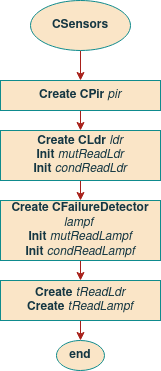
This is report/images/09sw_specification/LS/csensors/constructor.png from ESRGgroup9/slipad, a draw.io export, as it was before one commit. Source tidied: cells renumbered, new cells last; positions are measured from the earlier drawing's top-left corner, leaving out a move shared by most shapes.
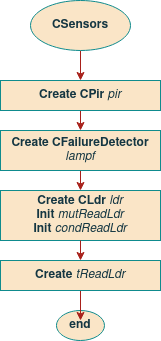
Later version of the same file.

The edit, as a diff of the source:
```diff
@@ -2,40 +2,42 @@
   <root>
     <mxCell id="0" />
     <mxCell id="1" parent="0" />
-    <mxCell id="2" style="edgeStyle=orthogonalEdgeStyle;curved=0;rounded=1;sketch=0;jettySize=auto;html=1;exitX=0.5;exitY=1;exitDx=0;exitDy=0;fontSize=10;fontColor=#143642;strokeColor=#A8201A;fillColor=#FAE5C7;entryX=0.5;entryY=0;entryDx=0;entryDy=0;" parent="1" edge="1" source="3" target="5">
-      <mxGeometry relative="1" as="geometry" />
-    </mxCell>
     <mxCell id="3" value="&lt;div&gt;&lt;b&gt;Create CLdr &lt;/b&gt;&lt;i&gt;ldr&lt;/i&gt;&lt;br&gt;&lt;b&gt;&lt;/b&gt;&lt;/div&gt;&lt;div&gt;&lt;b&gt;Init &lt;/b&gt;&lt;i&gt;mutReadLdr&lt;/i&gt;&lt;b&gt;&lt;br&gt;&lt;/b&gt;&lt;/div&gt;&lt;div&gt;&lt;b&gt;Init&lt;/b&gt;  &lt;i&gt;condReadLdr&lt;/i&gt;&lt;/div&gt;" style="rounded=0;whiteSpace=wrap;html=1;sketch=0;fontColor=#143642;strokeColor=#0F8B8D;fillColor=#FAE5C7;fontFamily=Helvetica;align=center;" parent="1" vertex="1">
-      <mxGeometry y="130" width="160" height="50" as="geometry" />
+      <mxGeometry y="190" width="160" height="50" as="geometry" />
     </mxCell>
-    <mxCell id="4" style="edgeStyle=orthogonalEdgeStyle;curved=0;rounded=1;sketch=0;jettySize=auto;html=1;exitX=0.5;exitY=1;exitDx=0;exitDy=0;entryX=0.5;entryY=0;entryDx=0;entryDy=0;fontSize=10;fontColor=#143642;strokeColor=#A8201A;fillColor=#FAE5C7;" parent="1" edge="1" source="5" target="12">
-      <mxGeometry relative="1" as="geometry" />
+    <mxCell id="4" style="edgeStyle=orthogonalEdgeStyle;curved=0;rounded=1;sketch=0;jettySize=auto;html=1;exitX=0.5;exitY=1;exitDx=0;exitDy=0;entryX=0.5;entryY=0;entryDx=0;entryDy=0;fontSize=10;fontColor=#143642;strokeColor=#A8201A;fillColor=#FAE5C7;" parent="1" edge="1" target="12">
+      <mxGeometry relative="1" as="geometry">
+        <mxPoint x="80" y="240" as="sourcePoint" />
+      </mxGeometry>
     </mxCell>
-    <mxCell id="5" value="&lt;div&gt;&lt;b&gt;Create CFailureDetector &lt;/b&gt;&lt;i&gt;lampf&lt;/i&gt;&lt;b&gt;&amp;nbsp;&lt;/b&gt;&lt;/div&gt;&lt;div&gt;&lt;div&gt;&lt;b&gt;Init &lt;/b&gt;&lt;i&gt;mutReadLampf&lt;/i&gt;&lt;b&gt;&lt;br&gt;&lt;/b&gt;&lt;/div&gt;&lt;div&gt;&lt;b&gt;Init&lt;/b&gt;  &lt;i&gt;condReadL&lt;/i&gt;&lt;i&gt;ampf&lt;/i&gt;&lt;/div&gt;&lt;/div&gt;" style="rounded=0;whiteSpace=wrap;html=1;sketch=0;fontColor=#143642;strokeColor=#0F8B8D;fillColor=#FAE5C7;fontFamily=Helvetica;align=center;" parent="1" vertex="1">
-      <mxGeometry y="200" width="160" height="60" as="geometry" />
-    </mxCell>
     <mxCell id="6" style="edgeStyle=orthogonalEdgeStyle;rounded=0;jettySize=auto;html=1;exitX=0.5;exitY=1;exitDx=0;exitDy=0;entryX=0.5;entryY=0;entryDx=0;entryDy=0;strokeColor=#A8201A;" parent="1" edge="1" source="7" target="9">
       <mxGeometry relative="1" as="geometry" />
     </mxCell>
     <mxCell id="7" value="CSensors" style="ellipse;whiteSpace=wrap;html=1;fontFamily=Helvetica;fillColor=#FAE5C7;strokeColor=#0F8B8D;fontColor=#143642;fontStyle=1;" parent="1" vertex="1">
       <mxGeometry x="30" width="100" height="50" as="geometry" />
     </mxCell>
-    <mxCell id="8" style="edgeStyle=orthogonalEdgeStyle;rounded=0;jettySize=auto;html=1;exitX=0.5;exitY=1;exitDx=0;exitDy=0;entryX=0.5;entryY=0;entryDx=0;entryDy=0;strokeColor=#A8201A;" parent="1" edge="1" source="9" target="3">
+    <mxCell id="8" style="edgeStyle=orthogonalEdgeStyle;rounded=0;jettySize=auto;html=1;exitX=0.5;exitY=1;exitDx=0;exitDy=0;entryX=0.5;entryY=0;entryDx=0;entryDy=0;strokeColor=#A8201A;" parent="1" edge="1" source="9" target="14">
       <mxGeometry relative="1" as="geometry" />
     </mxCell>
     <mxCell id="9" value="&lt;div&gt;&lt;b&gt;Create CPir &lt;/b&gt;&lt;i&gt;pir&lt;/i&gt;&lt;br&gt;&lt;/div&gt;" style="rounded=0;whiteSpace=wrap;html=1;sketch=0;fontColor=#143642;strokeColor=#0F8B8D;fillColor=#FAE5C7;fontFamily=Helvetica;align=center;" parent="1" vertex="1">
       <mxGeometry y="80" width="160" height="30" as="geometry" />
     </mxCell>
     <mxCell id="10" value="end" style="ellipse;whiteSpace=wrap;html=1;fillColor=#FAE5C7;strokeColor=#0F8B8D;fontColor=#143642;fontStyle=1;" parent="1" vertex="1">
-      <mxGeometry x="56" y="340" width="48" height="30" as="geometry" />
+      <mxGeometry x="56" y="310" width="48" height="30" as="geometry" />
     </mxCell>
     <mxCell id="11" style="edgeStyle=orthogonalEdgeStyle;rounded=0;jettySize=auto;html=1;exitX=0.5;exitY=1;exitDx=0;exitDy=0;entryX=0.5;entryY=0;entryDx=0;entryDy=0;strokeColor=#A8201A;" parent="1" edge="1" source="12">
       <mxGeometry relative="1" as="geometry">
-        <mxPoint x="80" y="340" as="targetPoint" />
+        <mxPoint x="80" y="320" as="targetPoint" />
       </mxGeometry>
     </mxCell>
-    <mxCell id="12" value="&lt;div&gt;&lt;b&gt;Create &lt;/b&gt;&lt;i&gt;tReadLdr&lt;/i&gt;&lt;br&gt;&lt;div&gt;&lt;b&gt;Create&lt;/b&gt;&lt;i&gt;&lt;b&gt; &lt;/b&gt;tReadL&lt;/i&gt;&lt;i&gt;ampf&lt;/i&gt;&lt;/div&gt;&lt;/div&gt;" style="rounded=0;whiteSpace=wrap;html=1;sketch=0;fontColor=#143642;strokeColor=#0F8B8D;fillColor=#FAE5C7;fontFamily=Helvetica;align=center;" parent="1" vertex="1">
-      <mxGeometry y="280" width="160" height="40" as="geometry" />
+    <mxCell id="12" value="&lt;div&gt;&lt;b&gt;Create &lt;/b&gt;&lt;i&gt;tReadLdr&lt;/i&gt;&lt;br&gt;&lt;/div&gt;" style="rounded=0;whiteSpace=wrap;html=1;sketch=0;fontColor=#143642;strokeColor=#0F8B8D;fillColor=#FAE5C7;fontFamily=Helvetica;align=center;" parent="1" vertex="1">
+      <mxGeometry y="260" width="160" height="30" as="geometry" />
     </mxCell>
+    <mxCell id="13" style="edgeStyle=orthogonalEdgeStyle;rounded=0;jettySize=auto;html=1;exitX=0.5;exitY=1;exitDx=0;exitDy=0;entryX=0.5;entryY=0;entryDx=0;entryDy=0;strokeColor=#A8201A;" parent="1" edge="1" source="14" target="3">
+      <mxGeometry relative="1" as="geometry" />
+    </mxCell>
+    <mxCell id="14" value="&lt;div&gt;&lt;b&gt;Create CFailureDetector &lt;/b&gt;&lt;i&gt;lampf&lt;/i&gt;&lt;b&gt; &lt;br&gt;&lt;/b&gt;&lt;/div&gt;" style="rounded=0;whiteSpace=wrap;html=1;sketch=0;fontColor=#143642;strokeColor=#0F8B8D;fillColor=#FAE5C7;fontFamily=Helvetica;align=center;" parent="1" vertex="1">
+      <mxGeometry y="130" width="160" height="40" as="geometry" />
+    </mxCell>
   </root>
 </mxGraphModel>
```
